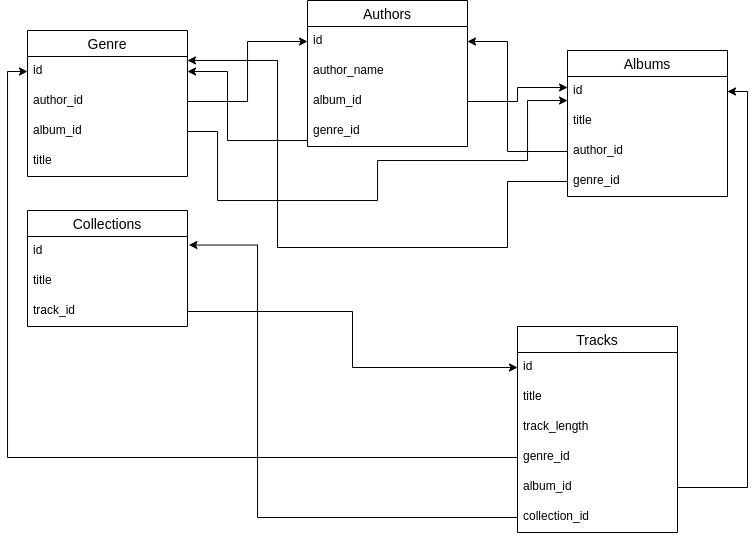
The draw.io diagram music_store_db_sheme.png in mikhailBrann/engineeringbd-relative-ZNF, before a commit. Source tidied: cells renumbered, new cells last; positions are measured from the earlier drawing's top-left corner, leaving out a move shared by most shapes.
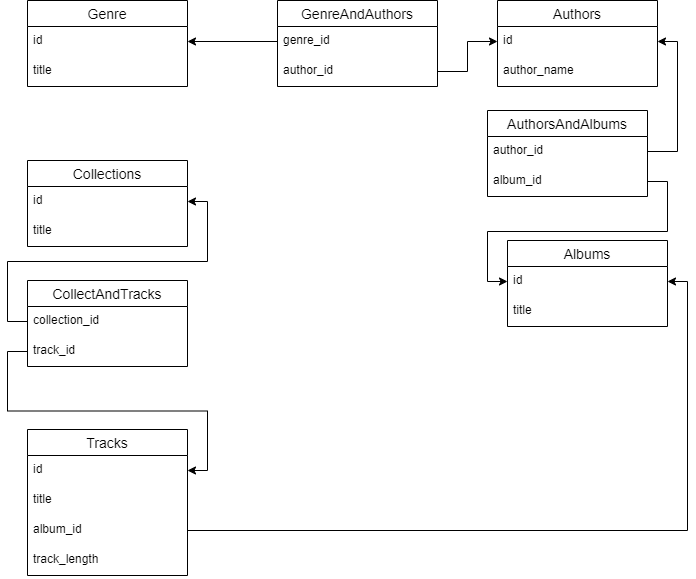
The same file after the commit.

The edit, as a diff of the source:
```diff
@@ -3,150 +3,103 @@
     <mxCell id="0" />
     <mxCell id="1" parent="0" />
     <mxCell id="2" value="Genre" style="swimlane;fontStyle=0;horizontal=1;startSize=26;align=center;fontSize=14;" parent="1" vertex="1">
-      <mxGeometry y="30" width="160" height="146" as="geometry" />
+      <mxGeometry x="20" y="30" width="160" height="86" as="geometry" />
     </mxCell>
-    <mxCell id="3" value="id" style="text;strokeColor=none;fillColor=none;spacingLeft=4;spacingRight=4;overflow=hidden;points=[[0,0.5],[1,0.5]];portConstraint=eastwest;fontSize=12;" parent="2" vertex="1">
-      <mxGeometry y="26" width="160" height="30" as="geometry" />
-    </mxCell>
+    <mxCell id="38" value="id" style="text;strokeColor=none;fillColor=none;spacingLeft=4;spacingRight=4;overflow=hidden;points=[[0,0.5],[1,0.5]];portConstraint=eastwest;fontSize=12;" parent="2" vertex="1">
+      <mxGeometry y="26" width="160" height="30" as="geometry" />
+    </mxCell>
+    <mxCell id="39" value="title" style="text;strokeColor=none;fillColor=none;spacingLeft=4;spacingRight=4;overflow=hidden;fontSize=12;" parent="2" vertex="1">
+      <mxGeometry y="56" width="160" height="30" as="geometry" />
+    </mxCell>
+    <mxCell id="7" value="Authors" style="swimlane;fontStyle=0;horizontal=1;startSize=26;align=center;fontSize=14;" parent="1" vertex="1">
+      <mxGeometry x="490" y="30" width="160" height="86" as="geometry" />
+    </mxCell>
+    <mxCell id="40" value="id" style="text;strokeColor=none;fillColor=none;spacingLeft=4;spacingRight=4;overflow=hidden;points=[[0,0.5],[1,0.5]];portConstraint=eastwest;fontSize=12;" parent="7" vertex="1">
+      <mxGeometry y="26" width="160" height="30" as="geometry" />
+    </mxCell>
+    <mxCell id="9" value="author_name" style="text;strokeColor=none;fillColor=none;spacingLeft=4;spacingRight=4;overflow=hidden;fontSize=12;" parent="7" vertex="1">
+      <mxGeometry y="56" width="160" height="30" as="geometry" />
+    </mxCell>
+    <mxCell id="24" value="Collections" style="swimlane;fontStyle=0;horizontal=1;startSize=26;align=center;fontSize=14;" parent="1" vertex="1">
+      <mxGeometry x="20" y="190" width="160" height="86" as="geometry" />
+    </mxCell>
+    <mxCell id="41" value="id" style="text;strokeColor=none;fillColor=none;spacingLeft=4;spacingRight=4;overflow=hidden;points=[[0,0.5],[1,0.5]];portConstraint=eastwest;fontSize=12;" parent="24" vertex="1">
+      <mxGeometry y="26" width="160" height="30" as="geometry" />
+    </mxCell>
+    <mxCell id="42" value="title" style="text;strokeColor=none;fillColor=none;spacingLeft=4;spacingRight=4;overflow=hidden;fontSize=12;" parent="24" vertex="1">
+      <mxGeometry y="56" width="160" height="30" as="geometry" />
+    </mxCell>
+    <mxCell id="43" value="AuthorsAndAlbums" style="swimlane;fontStyle=0;horizontal=1;startSize=26;align=center;fontSize=14;" parent="1" vertex="1">
+      <mxGeometry x="480" y="140" width="160" height="86" as="geometry" />
+    </mxCell>
+    <mxCell id="15" value="author_id" style="text;strokeColor=none;fillColor=none;spacingLeft=4;spacingRight=4;overflow=hidden;points=[[0,0.5],[1,0.5]];portConstraint=eastwest;fontSize=12;" parent="43" vertex="1">
+      <mxGeometry y="26" width="160" height="30" as="geometry" />
+    </mxCell>
+    <mxCell id="44" value="album_id" style="text;strokeColor=none;fillColor=none;spacingLeft=4;spacingRight=4;overflow=hidden;points=[[0,0.5],[1,0.5]];portConstraint=eastwest;fontSize=12;" parent="43" vertex="1">
+      <mxGeometry y="56" width="160" height="30" as="geometry" />
+    </mxCell>
+    <mxCell id="45" value="GenreAndAuthors" style="swimlane;fontStyle=0;horizontal=1;startSize=26;align=center;fontSize=14;" parent="1" vertex="1">
+      <mxGeometry x="270" y="30" width="160" height="86" as="geometry" />
+    </mxCell>
+    <mxCell id="46" value="genre_id" style="text;strokeColor=none;fillColor=none;spacingLeft=4;spacingRight=4;overflow=hidden;points=[[0,0.5],[1,0.5]];portConstraint=eastwest;fontSize=12;" parent="45" vertex="1">
+      <mxGeometry y="26" width="160" height="30" as="geometry" />
+    </mxCell>
-    <mxCell id="4" value="author_id" style="text;strokeColor=none;fillColor=none;spacingLeft=4;spacingRight=4;overflow=hidden;points=[[0,0.5],[1,0.5]];portConstraint=eastwest;fontSize=12;" parent="2" vertex="1">
+    <mxCell id="4" value="author_id" style="text;strokeColor=none;fillColor=none;spacingLeft=4;spacingRight=4;overflow=hidden;points=[[0,0.5],[1,0.5]];portConstraint=eastwest;fontSize=12;" parent="45" vertex="1">
       <mxGeometry y="56" width="160" height="30" as="geometry" />
     </mxCell>
-    <mxCell id="5" value="album_id" style="text;strokeColor=none;fillColor=none;spacingLeft=4;spacingRight=4;overflow=hidden;points=[[0,0.5],[1,0.5]];portConstraint=eastwest;fontSize=12;" parent="2" vertex="1">
-      <mxGeometry y="86" width="160" height="30" as="geometry" />
-    </mxCell>
-    <mxCell id="6" value="title" style="text;strokeColor=none;fillColor=none;spacingLeft=4;spacingRight=4;overflow=hidden;fontSize=12;" parent="2" vertex="1">
-      <mxGeometry y="116" width="160" height="30" as="geometry" />
-    </mxCell>
-    <mxCell id="7" value="Authors" style="swimlane;fontStyle=0;horizontal=1;startSize=26;align=center;fontSize=14;" parent="1" vertex="1">
-      <mxGeometry x="280" width="160" height="146" as="geometry" />
-    </mxCell>
-    <mxCell id="8" value="id" style="text;strokeColor=none;fillColor=none;spacingLeft=4;spacingRight=4;overflow=hidden;points=[[0,0.5],[1,0.5]];portConstraint=eastwest;fontSize=12;" parent="7" vertex="1">
-      <mxGeometry y="26" width="160" height="30" as="geometry" />
-    </mxCell>
-    <mxCell id="9" value="author_name" style="text;strokeColor=none;fillColor=none;spacingLeft=4;spacingRight=4;overflow=hidden;fontSize=12;" parent="7" vertex="1">
-      <mxGeometry y="56" width="160" height="30" as="geometry" />
-    </mxCell>
-    <mxCell id="10" value="album_id" style="text;strokeColor=none;fillColor=none;spacingLeft=4;spacingRight=4;overflow=hidden;points=[[0,0.5],[1,0.5]];portConstraint=eastwest;fontSize=12;" parent="7" vertex="1">
-      <mxGeometry y="86" width="160" height="30" as="geometry" />
-    </mxCell>
-    <mxCell id="11" value="genre_id" style="text;strokeColor=none;fillColor=none;spacingLeft=4;spacingRight=4;overflow=hidden;points=[[0,0.5],[1,0.5]];portConstraint=eastwest;fontSize=12;" parent="7" vertex="1">
-      <mxGeometry y="116" width="160" height="30" as="geometry" />
-    </mxCell>
+    <mxCell id="47" value="CollectAndTracks" style="swimlane;fontStyle=0;horizontal=1;startSize=26;align=center;fontSize=14;" parent="1" vertex="1">
+      <mxGeometry x="20" y="310" width="160" height="86" as="geometry" />
+    </mxCell>
+    <mxCell id="23" value="collection_id" style="text;strokeColor=none;fillColor=none;spacingLeft=4;spacingRight=4;overflow=hidden;points=[[0,0.5],[1,0.5]];portConstraint=eastwest;fontSize=12;" parent="47" vertex="1">
+      <mxGeometry y="26" width="160" height="30" as="geometry" />
+    </mxCell>
+    <mxCell id="27" value="track_id" style="text;strokeColor=none;fillColor=none;spacingLeft=4;spacingRight=4;overflow=hidden;points=[[0,0.5],[1,0.5]];portConstraint=eastwest;fontSize=12;" parent="47" vertex="1">
+      <mxGeometry y="56" width="160" height="30" as="geometry" />
+    </mxCell>
+    <mxCell id="17" value="Tracks" style="swimlane;fontStyle=0;horizontal=1;startSize=26;align=center;fontSize=14;" parent="1" vertex="1">
+      <mxGeometry x="20" y="459" width="160" height="146" as="geometry" />
+    </mxCell>
+    <mxCell id="48" value="id" style="text;strokeColor=none;fillColor=none;spacingLeft=4;spacingRight=4;overflow=hidden;points=[[0,0.5],[1,0.5]];portConstraint=eastwest;fontSize=12;" parent="17" vertex="1">
+      <mxGeometry y="26" width="160" height="30" as="geometry" />
+    </mxCell>
+    <mxCell id="49" value="title" style="text;strokeColor=none;fillColor=none;spacingLeft=4;spacingRight=4;overflow=hidden;fontSize=12;" parent="17" vertex="1">
+      <mxGeometry y="56" width="160" height="30" as="geometry" />
+    </mxCell>
+    <mxCell id="50" value="album_id" style="text;strokeColor=none;fillColor=none;spacingLeft=4;spacingRight=4;overflow=hidden;points=[[0,0.5],[1,0.5]];portConstraint=eastwest;fontSize=12;" parent="17" vertex="1">
+      <mxGeometry y="86" width="160" height="30" as="geometry" />
+    </mxCell>
+    <mxCell id="20" value="track_length" style="text;strokeColor=none;fillColor=none;spacingLeft=4;spacingRight=4;overflow=hidden;fontSize=12;" parent="17" vertex="1">
+      <mxGeometry y="116" width="160" height="30" as="geometry" />
+    </mxCell>
     <mxCell id="12" value="Albums" style="swimlane;fontStyle=0;horizontal=1;startSize=26;align=center;fontSize=14;" parent="1" vertex="1">
-      <mxGeometry x="540" y="50" width="160" height="146" as="geometry" />
+      <mxGeometry x="500" y="270" width="160" height="86" as="geometry" />
     </mxCell>
-    <mxCell id="13" value="id" style="text;strokeColor=none;fillColor=none;spacingLeft=4;spacingRight=4;overflow=hidden;points=[[0,0.5],[1,0.5]];portConstraint=eastwest;fontSize=12;" parent="12" vertex="1">
-      <mxGeometry y="26" width="160" height="30" as="geometry" />
-    </mxCell>
-    <mxCell id="14" value="title&#10;" style="text;strokeColor=none;fillColor=none;spacingLeft=4;spacingRight=4;overflow=hidden;fontSize=12;" parent="12" vertex="1">
-      <mxGeometry y="56" width="160" height="30" as="geometry" />
-    </mxCell>
-    <mxCell id="15" value="author_id" style="text;strokeColor=none;fillColor=none;spacingLeft=4;spacingRight=4;overflow=hidden;points=[[0,0.5],[1,0.5]];portConstraint=eastwest;fontSize=12;" parent="12" vertex="1">
-      <mxGeometry y="86" width="160" height="30" as="geometry" />
-    </mxCell>
-    <mxCell id="16" value="genre_id" style="text;strokeColor=none;fillColor=none;spacingLeft=4;spacingRight=4;overflow=hidden;points=[[0,0.5],[1,0.5]];portConstraint=eastwest;fontSize=12;" parent="12" vertex="1">
-      <mxGeometry y="116" width="160" height="30" as="geometry" />
-    </mxCell>
-    <mxCell id="17" value="Tracks" style="swimlane;fontStyle=0;horizontal=1;startSize=26;align=center;fontSize=14;" parent="1" vertex="1">
-      <mxGeometry x="490" y="326" width="160" height="206" as="geometry" />
-    </mxCell>
-    <mxCell id="18" value="id" style="text;strokeColor=none;fillColor=none;spacingLeft=4;spacingRight=4;overflow=hidden;points=[[0,0.5],[1,0.5]];portConstraint=eastwest;fontSize=12;" parent="17" vertex="1">
-      <mxGeometry y="26" width="160" height="30" as="geometry" />
-    </mxCell>
-    <mxCell id="19" value="title" style="text;strokeColor=none;fillColor=none;spacingLeft=4;spacingRight=4;overflow=hidden;fontSize=12;" parent="17" vertex="1">
-      <mxGeometry y="56" width="160" height="30" as="geometry" />
-    </mxCell>
-    <mxCell id="20" value="track_length" style="text;strokeColor=none;fillColor=none;spacingLeft=4;spacingRight=4;overflow=hidden;fontSize=12;" parent="17" vertex="1">
-      <mxGeometry y="86" width="160" height="30" as="geometry" />
-    </mxCell>
-    <mxCell id="21" value="genre_id" style="text;strokeColor=none;fillColor=none;spacingLeft=4;spacingRight=4;overflow=hidden;points=[[0,0.5],[1,0.5]];portConstraint=eastwest;fontSize=12;" parent="17" vertex="1">
-      <mxGeometry y="116" width="160" height="30" as="geometry" />
-    </mxCell>
-    <mxCell id="22" value="album_id" style="text;strokeColor=none;fillColor=none;spacingLeft=4;spacingRight=4;overflow=hidden;points=[[0,0.5],[1,0.5]];portConstraint=eastwest;fontSize=12;" parent="17" vertex="1">
-      <mxGeometry y="146" width="160" height="30" as="geometry" />
-    </mxCell>
-    <mxCell id="23" value="collection_id" style="text;strokeColor=none;fillColor=none;spacingLeft=4;spacingRight=4;overflow=hidden;points=[[0,0.5],[1,0.5]];portConstraint=eastwest;fontSize=12;" parent="17" vertex="1">
-      <mxGeometry y="176" width="160" height="30" as="geometry" />
-    </mxCell>
-    <mxCell id="24" value="Collections" style="swimlane;fontStyle=0;horizontal=1;startSize=26;align=center;fontSize=14;" parent="1" vertex="1">
-      <mxGeometry y="210" width="160" height="116" as="geometry" />
-    </mxCell>
-    <mxCell id="25" value="id" style="text;strokeColor=none;fillColor=none;spacingLeft=4;spacingRight=4;overflow=hidden;points=[[0,0.5],[1,0.5]];portConstraint=eastwest;fontSize=12;" parent="24" vertex="1">
-      <mxGeometry y="26" width="160" height="30" as="geometry" />
-    </mxCell>
-    <mxCell id="26" value="title" style="text;strokeColor=none;fillColor=none;spacingLeft=4;spacingRight=4;overflow=hidden;fontSize=12;" parent="24" vertex="1">
-      <mxGeometry y="56" width="160" height="30" as="geometry" />
-    </mxCell>
-    <mxCell id="27" value="track_id" style="text;strokeColor=none;fillColor=none;spacingLeft=4;spacingRight=4;overflow=hidden;points=[[0,0.5],[1,0.5]];portConstraint=eastwest;fontSize=12;" parent="24" vertex="1">
-      <mxGeometry y="86" width="160" height="30" as="geometry" />
-    </mxCell>
-    <mxCell id="28" style="edgeStyle=orthogonalEdgeStyle;rounded=0;jettySize=auto;html=1;exitX=0;exitY=0.5;exitDx=0;exitDy=0;entryX=0;entryY=0.5;entryDx=0;entryDy=0;" parent="1" edge="1" source="21" target="3">
-      <mxGeometry relative="1" as="geometry" />
-    </mxCell>
-    <mxCell id="29" style="edgeStyle=orthogonalEdgeStyle;rounded=0;jettySize=auto;html=1;" parent="1" edge="1" source="4" target="8">
-      <mxGeometry relative="1" as="geometry" />
-    </mxCell>
-    <mxCell id="30" style="edgeStyle=orthogonalEdgeStyle;rounded=0;jettySize=auto;html=1;entryX=0;entryY=0.25;entryDx=0;entryDy=0;" parent="1" edge="1" source="10" target="12">
-      <mxGeometry relative="1" as="geometry">
-        <Array as="points">
-          <mxPoint x="490" y="101" />
-          <mxPoint x="490" y="87" />
-          <mxPoint x="540" y="87" />
-        </Array>
-      </mxGeometry>
-    </mxCell>
-    <mxCell id="31" style="edgeStyle=orthogonalEdgeStyle;rounded=0;jettySize=auto;html=1;entryX=1;entryY=0.5;entryDx=0;entryDy=0;" parent="1" edge="1" source="15" target="8">
-      <mxGeometry relative="1" as="geometry">
-        <Array as="points">
-          <mxPoint x="480" y="151" />
-          <mxPoint x="480" y="41" />
-        </Array>
-      </mxGeometry>
-    </mxCell>
-    <mxCell id="32" style="edgeStyle=orthogonalEdgeStyle;rounded=0;jettySize=auto;html=1;exitX=0;exitY=0.5;exitDx=0;exitDy=0;" parent="1" edge="1" source="16" target="3">
-      <mxGeometry relative="1" as="geometry">
-        <Array as="points">
-          <mxPoint x="480" y="181" />
-          <mxPoint x="480" y="247" />
-          <mxPoint x="250" y="247" />
-          <mxPoint x="250" y="60" />
-        </Array>
-      </mxGeometry>
-    </mxCell>
-    <mxCell id="33" style="edgeStyle=orthogonalEdgeStyle;rounded=0;jettySize=auto;html=1;entryX=1;entryY=0.5;entryDx=0;entryDy=0;" parent="1" edge="1" source="22" target="13">
-      <mxGeometry relative="1" as="geometry" />
-    </mxCell>
-    <mxCell id="34" style="edgeStyle=orthogonalEdgeStyle;rounded=0;jettySize=auto;html=1;entryX=1.009;entryY=0.284;entryDx=0;entryDy=0;entryPerimeter=0;" parent="1" edge="1" source="23" target="25">
-      <mxGeometry relative="1" as="geometry">
-        <Array as="points">
-          <mxPoint x="230" y="517" />
-          <mxPoint x="230" y="245" />
-        </Array>
-      </mxGeometry>
-    </mxCell>
-    <mxCell id="35" style="edgeStyle=orthogonalEdgeStyle;rounded=0;jettySize=auto;html=1;entryX=1;entryY=0.5;entryDx=0;entryDy=0;" parent="1" edge="1" source="11" target="3">
-      <mxGeometry relative="1" as="geometry">
-        <Array as="points">
-          <mxPoint x="200" y="140" />
-          <mxPoint x="200" y="71" />
-        </Array>
-      </mxGeometry>
-    </mxCell>
-    <mxCell id="36" style="edgeStyle=orthogonalEdgeStyle;rounded=0;jettySize=auto;html=1;entryX=0;entryY=0.813;entryDx=0;entryDy=0;entryPerimeter=0;" parent="1" edge="1" source="5" target="13">
-      <mxGeometry relative="1" as="geometry">
-        <Array as="points">
-          <mxPoint x="190" y="131" />
-          <mxPoint x="190" y="200" />
-          <mxPoint x="350" y="200" />
-          <mxPoint x="350" y="160" />
-          <mxPoint x="500" y="160" />
-          <mxPoint x="500" y="100" />
-          <mxPoint x="540" y="100" />
-        </Array>
-      </mxGeometry>
-    </mxCell>
-    <mxCell id="37" style="edgeStyle=orthogonalEdgeStyle;rounded=0;jettySize=auto;html=1;entryX=0;entryY=0.5;entryDx=0;entryDy=0;" parent="1" edge="1" source="27" target="18">
-      <mxGeometry relative="1" as="geometry" />
-    </mxCell>
+    <mxCell id="51" value="id" style="text;strokeColor=none;fillColor=none;spacingLeft=4;spacingRight=4;overflow=hidden;points=[[0,0.5],[1,0.5]];portConstraint=eastwest;fontSize=12;" parent="12" vertex="1">
+      <mxGeometry y="26" width="160" height="30" as="geometry" />
+    </mxCell>
+    <mxCell id="52" value="title" style="text;strokeColor=none;fillColor=none;spacingLeft=4;spacingRight=4;overflow=hidden;fontSize=12;" parent="12" vertex="1">
+      <mxGeometry y="56" width="160" height="30" as="geometry" />
+    </mxCell>
+    <mxCell id="53" style="edgeStyle=orthogonalEdgeStyle;rounded=0;jettySize=auto;html=1;entryX=1;entryY=0.5;entryDx=0;entryDy=0;" parent="1" edge="1" source="46" target="38">
+      <mxGeometry relative="1" as="geometry" />
+    </mxCell>
+    <mxCell id="54" style="edgeStyle=orthogonalEdgeStyle;rounded=0;jettySize=auto;html=1;entryX=0;entryY=0.5;entryDx=0;entryDy=0;" parent="1" edge="1" source="4" target="40">
+      <mxGeometry relative="1" as="geometry" />
+    </mxCell>
+    <mxCell id="55" style="edgeStyle=orthogonalEdgeStyle;rounded=0;jettySize=auto;html=1;entryX=1;entryY=0.5;entryDx=0;entryDy=0;" parent="1" edge="1" source="15" target="40">
+      <mxGeometry relative="1" as="geometry" />
+    </mxCell>
+    <mxCell id="56" style="edgeStyle=orthogonalEdgeStyle;rounded=0;jettySize=auto;html=1;entryX=1;entryY=0.5;entryDx=0;entryDy=0;" parent="1" edge="1" source="23" target="41">
+      <mxGeometry relative="1" as="geometry" />
+    </mxCell>
+    <mxCell id="57" style="edgeStyle=orthogonalEdgeStyle;rounded=0;jettySize=auto;html=1;entryX=1;entryY=0.5;entryDx=0;entryDy=0;" parent="1" edge="1" source="27" target="48">
+      <mxGeometry relative="1" as="geometry" />
+    </mxCell>
+    <mxCell id="58" style="edgeStyle=orthogonalEdgeStyle;rounded=0;jettySize=auto;html=1;entryX=0;entryY=0.5;entryDx=0;entryDy=0;" parent="1" edge="1" source="44" target="51">
+      <mxGeometry relative="1" as="geometry" />
+    </mxCell>
+    <mxCell id="59" style="edgeStyle=orthogonalEdgeStyle;rounded=0;jettySize=auto;html=1;entryX=1;entryY=0.5;entryDx=0;entryDy=0;" parent="1" edge="1" source="50" target="51">
+      <mxGeometry relative="1" as="geometry" />
+    </mxCell>
   </root>
 </mxGraphModel>
```
